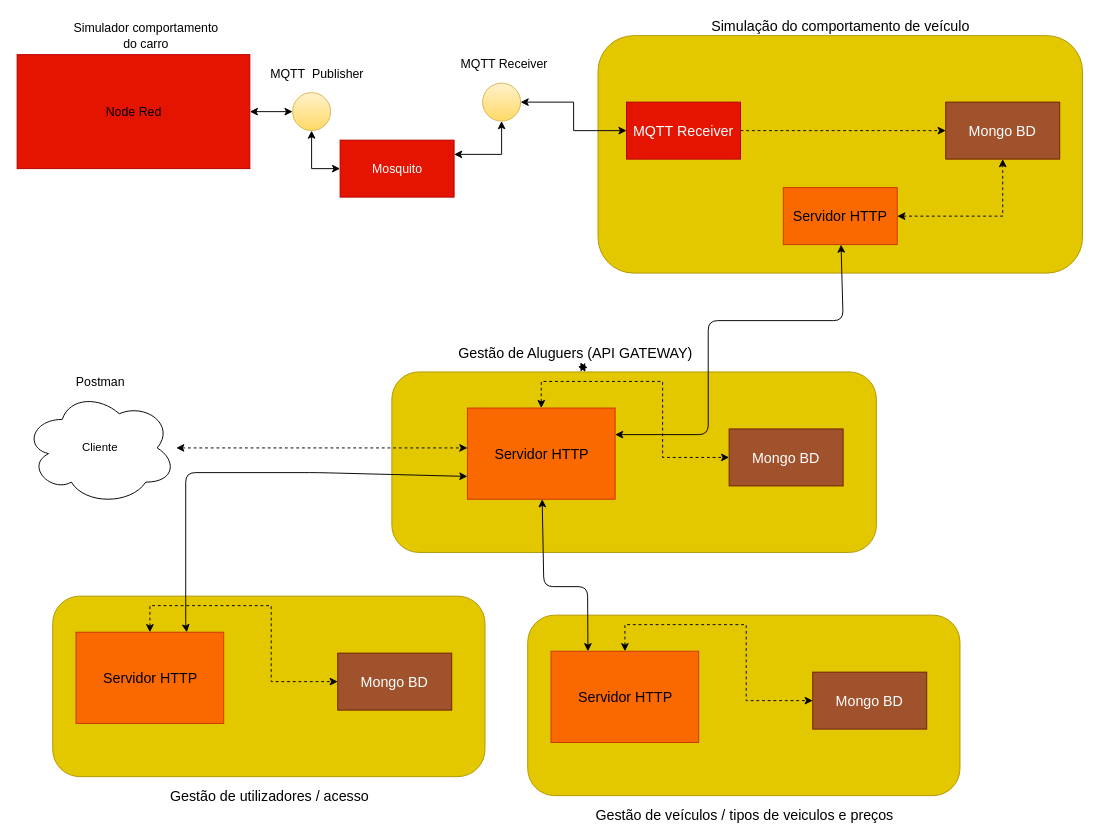
The draw.io diagram page "V1" (1 of 2) of _documentation/architecture.drawio in ricsab/Trabalho-PCC, before the edit. Source tidied: cells renumbered, new cells numbered last; positions are measured from the earlier drawing's top-left corner, leaving out a move shared by most shapes. Both pictures are drawn from the tidied source at 95%, with x=0, y=0 at pixel (16, 16).
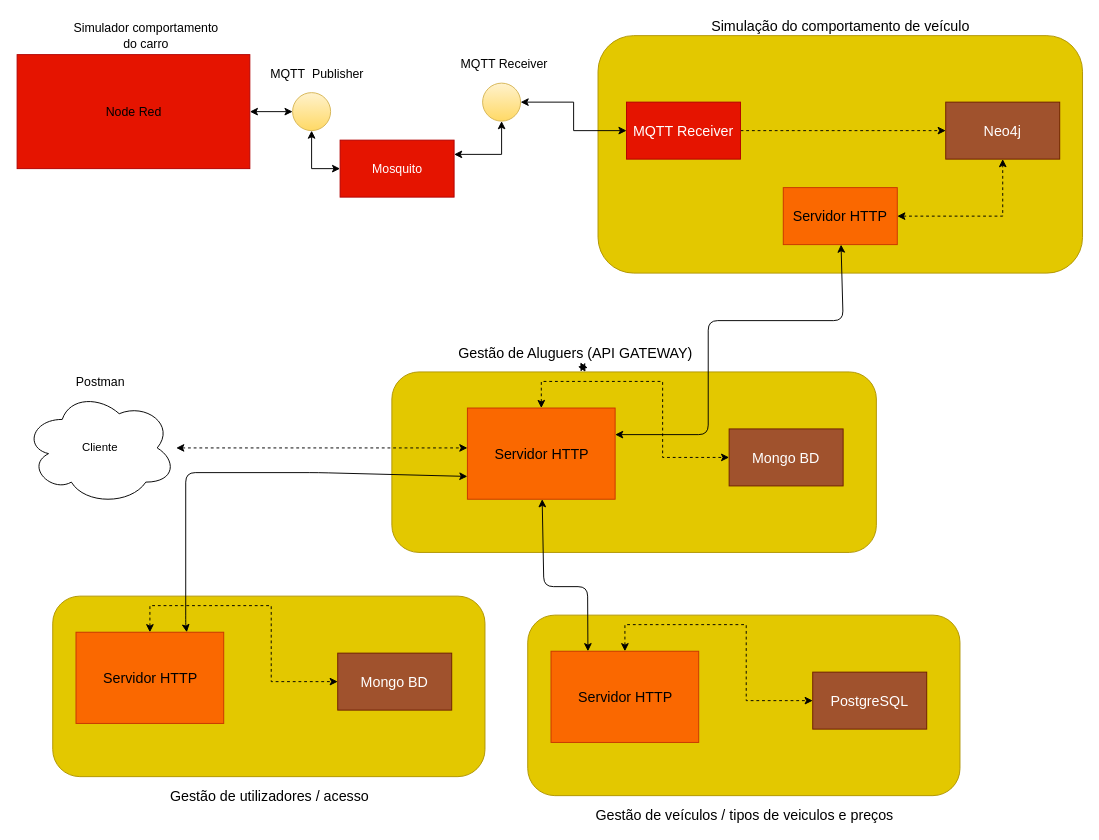
Above is the later version.

What changed in the source:
```diff
@@
-    <mxCell id="20" value="Mongo BD" style="rounded=0;whiteSpace=wrap;html=1;fontSize=15;strokeWidth=1;fillColor=#a0522d;strokeColor=#6D1F00;fontColor=#ffffff;" parent="1" vertex="1">
+    <mxCell id="20" value="Neo4j" style="rounded=0;whiteSpace=wrap;html=1;fontSize=15;strokeWidth=1;fillColor=#a0522d;strokeColor=#6D1F00;fontColor=#ffffff;" parent="1" vertex="1">
       <mxGeometry x="978" y="90" width="120" height="60" as="geometry" />
     </mxCell>
@@
-    <mxCell id="37" value="Mongo BD" style="rounded=0;whiteSpace=wrap;html=1;fontSize=15;strokeWidth=1;fillColor=#a0522d;strokeColor=#6D1F00;fontColor=#ffffff;" parent="1" vertex="1">
+    <mxCell id="37" value="PostgreSQL" style="rounded=0;whiteSpace=wrap;html=1;fontSize=15;strokeWidth=1;fillColor=#a0522d;strokeColor=#6D1F00;fontColor=#ffffff;" parent="1" vertex="1">
       <mxGeometry x="838" y="690" width="120" height="60" as="geometry" />
     </mxCell>
```
